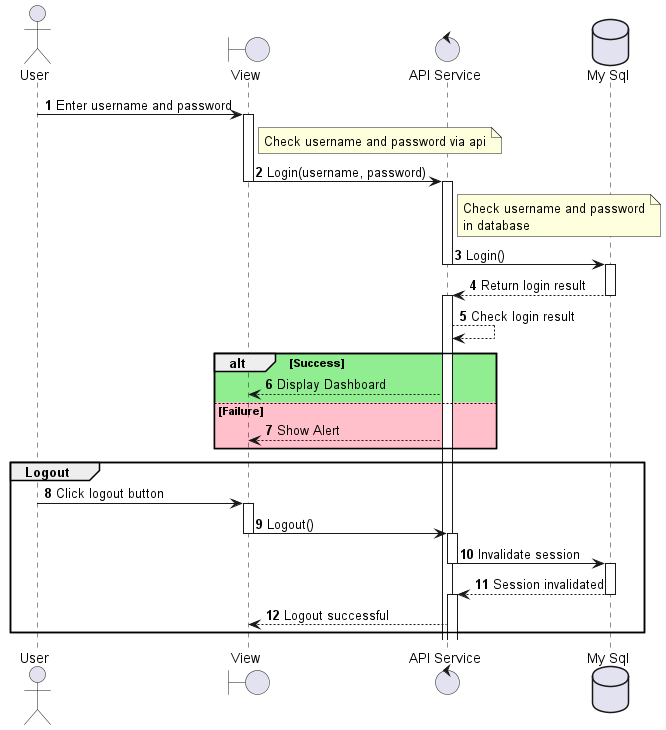
The PlantUML diagram out/sequenceDiagram_Login/SequenceDiagram_Login.png in Fitranda/Diagram, before a commit.
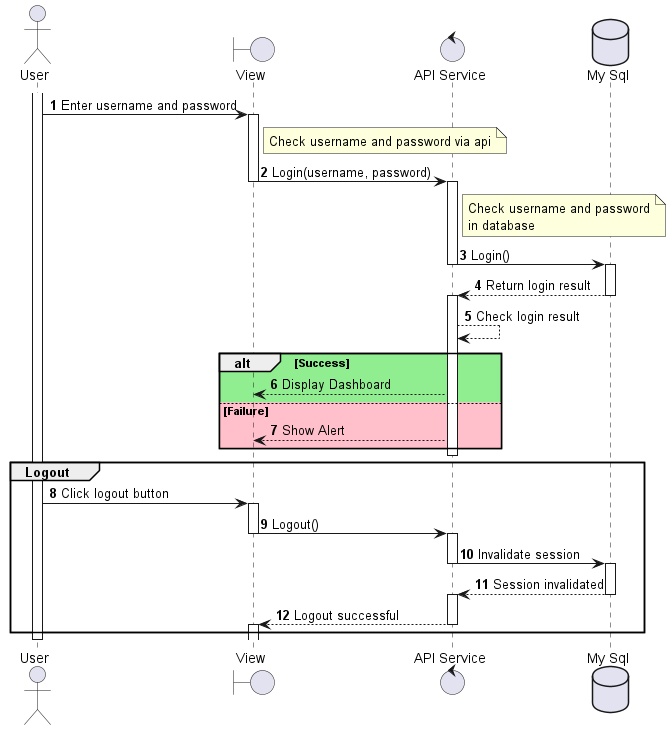
The same file after the commit.

The edit, as a diff of the source:
```diff
@@ -5,24 +5,42 @@
 database "My Sql" as DB
 
 autonumber
-User -> View --++ : Enter username and password
+activate User
+User -> View : Enter username and password
+activate View
 note right of View: Check username and password via api
-View -> APIService --++ : Login(username, password)
+View -> APIService : Login(username, password)
+deactivate View
+activate APIService
 note right of APIService: Check username and password\nin database
-APIService -> DB --++ : Login()
-DB --> APIService --++ : Return login result
+APIService -> DB : Login()
+deactivate APIService
+activate DB
+DB --> APIService : Return login result
+deactivate DB
+activate APIService
 APIService --> APIService: Check login result
 alt #LightGreen Success
     APIService --> View: Display Dashboard
 else #Pink Failure
     APIService --> View: Show Alert
 end
+deactivate APIService
 
 group Logout
-    User -> View --++ : Click logout button
-    View -> APIService --++ : Logout()
-    APIService -> DB --++ : Invalidate session
-    DB --> APIService --++ : Session invalidated
-    APIService --> View: Logout successful
+    User -> View : Click logout button
+    activate View
+    View -> APIService : Logout()
+    deactivate View
+    activate APIService
+    APIService -> DB : Invalidate session
+    deactivate APIService
+    activate DB
+    DB --> APIService : Session invalidated
+    deactivate DB
+    activate APIService
+    APIService --> View --++: Logout successful
+    deactivate APIService
 end
+deactivate User
 @enduml
```
